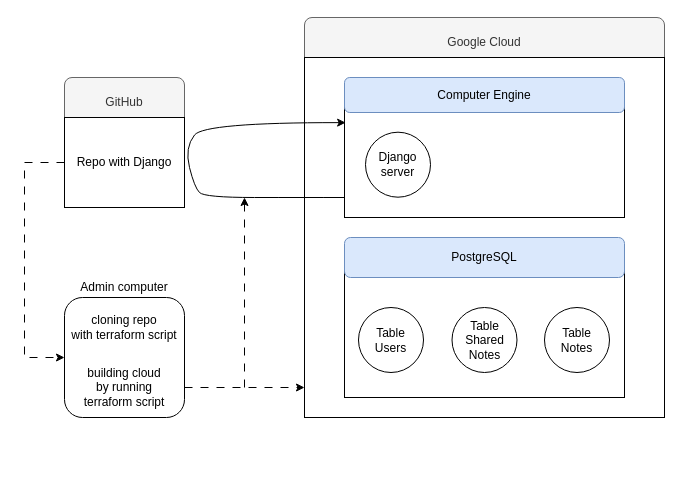
Above: documentation/project.drawio in LJaremek/CloudComputing-MINI (draw.io), before the change. Source tidied: cells renumbered, new cells numbered last; positions are measured from the earlier drawing's top-left corner, leaving out a move shared by most shapes. Both pictures are drawn from the tidied source at 100%, with x=0, y=0 at pixel (24, 17).
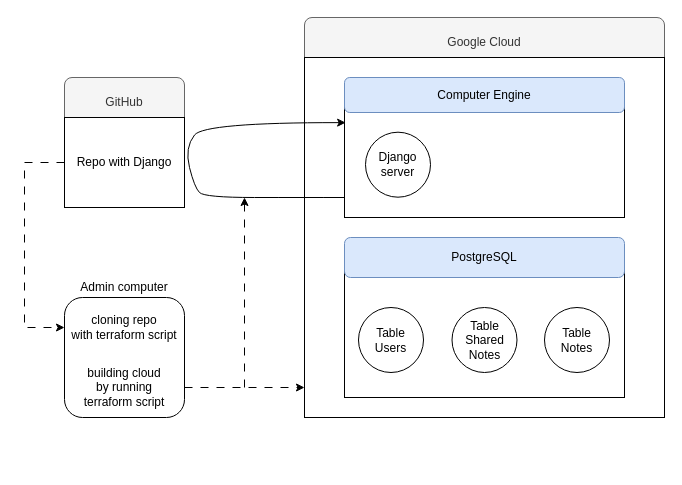
The same page after the edit.

The change refers to these unchanged cells:
```xml
<mxCell id="4" value="Repo with Django" style="rounded=0;whiteSpace=wrap;html=1;" parent="2" vertex="1">
  <mxGeometry y="40" width="120" height="90" as="geometry" />
</mxCell>
<mxCell id="24" value="building cloud&lt;div&gt;by running&lt;/div&gt;&lt;div&gt;terraform script&lt;/div&gt;" style="text;html=1;align=center;verticalAlign=middle;whiteSpace=wrap;rounded=0;" parent="21" vertex="1">
  <mxGeometry y="100" width="120" height="60" as="geometry" />
</mxCell>
<mxCell id="25" value="cloning repo&lt;div&gt;with terraform script&lt;/div&gt;" style="text;html=1;align=center;verticalAlign=middle;whiteSpace=wrap;rounded=0;" parent="21" vertex="1">
  <mxGeometry y="40" width="120" height="60" as="geometry" />
</mxCell>
```

The edit, as a diff of the source:
```diff
@@
-    <mxCell id="27" style="endArrow=classic;html=1;rounded=0;exitX=0;exitY=0.5;exitDx=0;exitDy=0;entryX=0;entryY=0;entryDx=0;entryDy=0;dashed=1;dashPattern=8 8;" parent="1" edge="1" source="4" target="24">
+    <mxCell id="27" style="endArrow=classic;html=1;rounded=0;exitX=0;exitY=0.5;exitDx=0;exitDy=0;entryX=0;entryY=0.5;entryDx=0;entryDy=0;dashed=1;dashPattern=8 8;" parent="1" edge="1" source="4" target="25">
       <mxGeometry relative="1" as="geometry">
         <Array as="points">
           <mxPoint y="145" />
-          <mxPoint y="340" />
+          <mxPoint y="310" />
         </Array>
       </mxGeometry>
     </mxCell>
```
